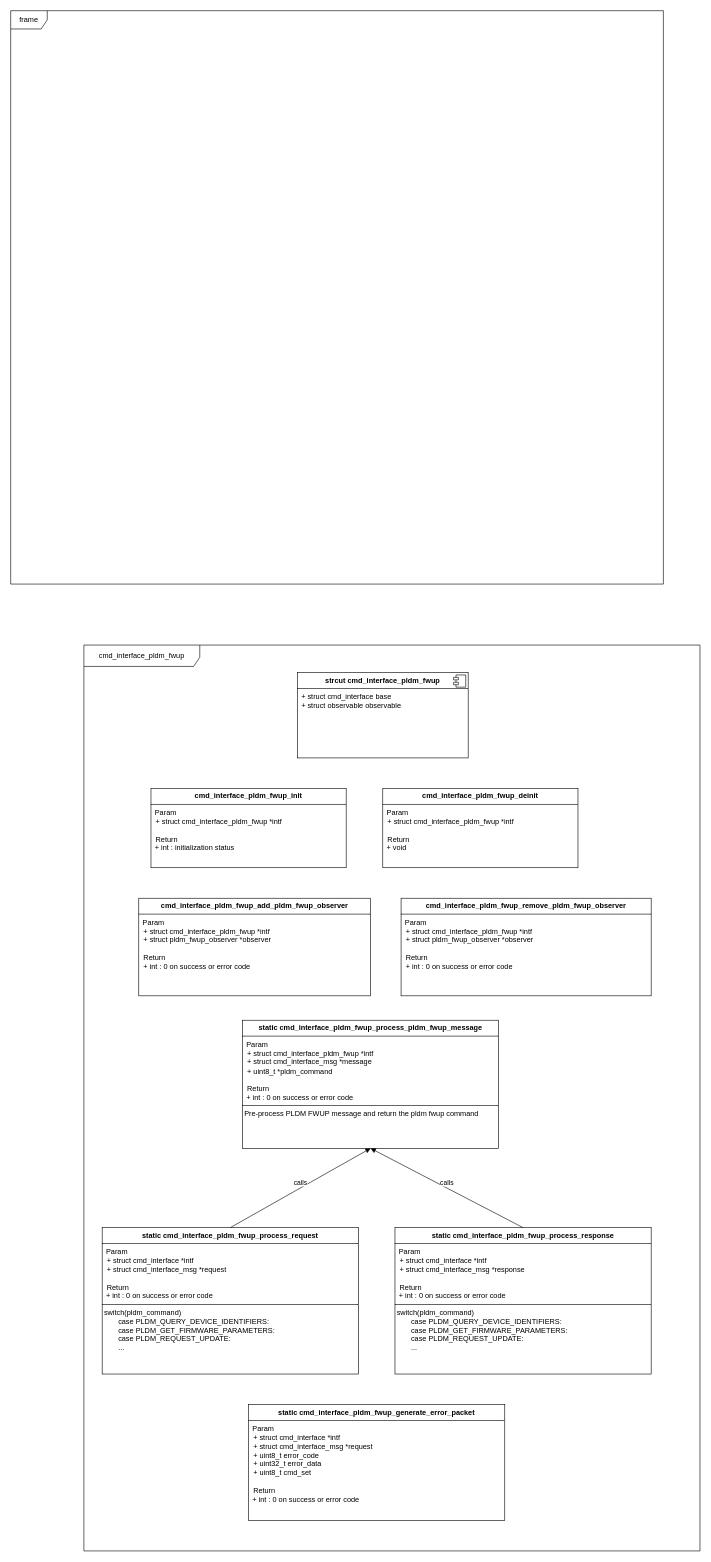
This is doc/pldm-fwup.drawio from rios240/Project-Cerberus-AMI, a draw.io file, before an edit. Source tidied: cells renumbered, new cells numbered last; positions are measured from the earlier drawing's top-left corner, leaving out a move shared by most shapes. Both pictures are drawn from the tidied source at 61%, with x=0, y=0 at pixel (10, 10).
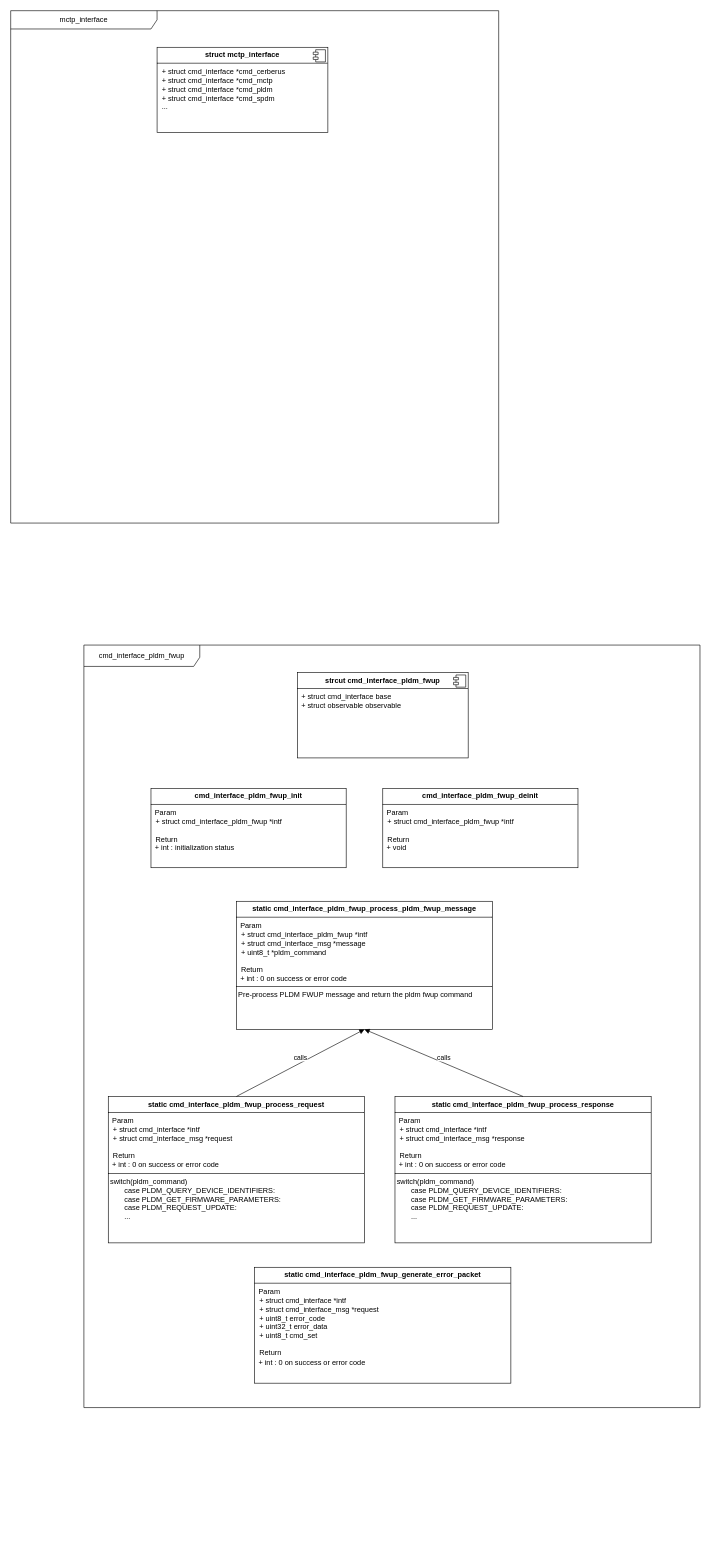
After the change.

What changed in the source:
```diff
@@
 <mxGraphModel>
   <root>
     <mxCell id="0" />
     <mxCell id="1" parent="0" />
-    <mxCell id="2" style="group;" parent="1" vertex="1">
-      <mxGeometry x="120" y="1040" width="1010" height="1485" as="geometry" />
-    </mxCell>
+    <mxCell id="16" value="mctp_interface" style="shape=umlFrame;whiteSpace=wrap;html=1;width=240;height=30;" parent="1" vertex="1">
+      <mxGeometry width="800" height="840" as="geometry" />
+    </mxCell>
+    <mxCell id="17" value="&lt;p style=&quot;margin:0px;margin-top:6px;text-align:center;&quot;&gt;&lt;b&gt;struct mctp_interface&lt;br&gt;&lt;/b&gt;&lt;/p&gt;&lt;hr size=&quot;1&quot; style=&quot;border-style:solid;&quot;&gt;&lt;p style=&quot;margin:0px;margin-left:8px;&quot;&gt;+ struct cmd_interface *cmd_cerberus&lt;br&gt;+ struct cmd_interface *cmd_mctp&lt;/p&gt;&lt;p style=&quot;margin:0px;margin-left:8px;&quot;&gt;+ struct cmd_interface *cmd_pldm&lt;/p&gt;&lt;p style=&quot;margin:0px;margin-left:8px;&quot;&gt;+ struct cmd_interface *cmd_spdm&lt;/p&gt;&lt;p style=&quot;margin:0px;margin-left:8px;&quot;&gt;...&lt;br&gt;&lt;/p&gt;" style="align=left;overflow=fill;html=1;whiteSpace=wrap;" parent="1" vertex="1">
+      <mxGeometry x="240" y="60" width="280" height="140" as="geometry" />
+    </mxCell>
+    <mxCell id="18" style="shape=component;jettyWidth=8;jettyHeight=4;" parent="17" vertex="1">
+      <mxGeometry x="1" width="20" height="20" relative="1" as="geometry">
+        <mxPoint x="-24" y="4" as="offset" />
+      </mxGeometry>
+    </mxCell>
+    <mxCell id="19" style="group;" parent="1" vertex="1">
+      <mxGeometry x="120" y="1040" width="1010" height="1250" as="geometry" />
+    </mxCell>
-    <mxCell id="3" value="&lt;p style=&quot;margin:0px;margin-top:6px;text-align:center;&quot;&gt;&lt;b&gt;strcut cmd_interface_pldm_fwup&lt;/b&gt;&lt;/p&gt;&lt;hr size=&quot;1&quot; style=&quot;border-style:solid;&quot;&gt;&lt;div&gt;&amp;nbsp; + struct cmd_interface base&lt;/div&gt;&lt;div&gt;&amp;nbsp; + struct observable observable&lt;br&gt;&lt;/div&gt;" style="align=left;overflow=fill;html=1;whiteSpace=wrap;" parent="2" vertex="1">
+    <mxCell id="3" value="&lt;p style=&quot;margin:0px;margin-top:6px;text-align:center;&quot;&gt;&lt;b&gt;strcut cmd_interface_pldm_fwup&lt;/b&gt;&lt;/p&gt;&lt;hr size=&quot;1&quot; style=&quot;border-style:solid;&quot;&gt;&lt;div&gt;&amp;nbsp; + struct cmd_interface base&lt;/div&gt;&lt;div&gt;&amp;nbsp; + struct observable observable&lt;br&gt;&lt;/div&gt;" style="align=left;overflow=fill;html=1;whiteSpace=wrap;" parent="19" vertex="1">
       <mxGeometry x="350" y="45" width="280" height="140" as="geometry" />
     </mxCell>
     <mxCell id="4" style="shape=component;jettyWidth=8;jettyHeight=4;" parent="3" vertex="1">
       <mxGeometry x="1" width="20" height="20" relative="1" as="geometry">
         <mxPoint x="-24" y="4" as="offset" />
       </mxGeometry>
     </mxCell>
-    <mxCell id="5" value="&lt;div&gt;cmd_interface_pldm_fwup&lt;/div&gt;" style="shape=umlFrame;whiteSpace=wrap;html=1;width=190;height=35;" parent="2" vertex="1">
-      <mxGeometry width="1010" height="1485" as="geometry" />
+    <mxCell id="5" value="&lt;div&gt;cmd_interface_pldm_fwup&lt;/div&gt;" style="shape=umlFrame;whiteSpace=wrap;html=1;width=190;height=35;" parent="19" vertex="1">
+      <mxGeometry width="1010" height="1250" as="geometry" />
     </mxCell>
-    <mxCell id="6" value="&lt;p style=&quot;margin:0px;margin-top:6px;text-align:center;&quot;&gt;&lt;b&gt;cmd_interface_pldm_fwup_init&lt;/b&gt;&lt;/p&gt;&lt;p style=&quot;margin:0px;margin-top:4px;text-align:center;&quot;&gt;&lt;/p&gt;&lt;hr size=&quot;1&quot; style=&quot;border-style:solid;&quot;&gt;&lt;div style=&quot;height:2px;&quot;&gt;&amp;nbsp; Param&lt;br&gt;&lt;p style=&quot;margin:0px;margin-left:8px;&quot;&gt;+ struct cmd_interface_pldm_fwup *intf&lt;br&gt;&lt;/p&gt;&lt;p style=&quot;margin:0px;margin-left:8px;&quot;&gt;&lt;br&gt;&lt;/p&gt;&lt;p style=&quot;margin:0px;margin-left:8px;&quot;&gt;Return&lt;/p&gt;&amp;nbsp; + int : initialization status&lt;/div&gt;" style="verticalAlign=top;align=left;overflow=fill;html=1;whiteSpace=wrap;" parent="2" vertex="1">
+    <mxCell id="6" value="&lt;p style=&quot;margin:0px;margin-top:6px;text-align:center;&quot;&gt;&lt;b&gt;cmd_interface_pldm_fwup_init&lt;/b&gt;&lt;/p&gt;&lt;p style=&quot;margin:0px;margin-top:4px;text-align:center;&quot;&gt;&lt;/p&gt;&lt;hr size=&quot;1&quot; style=&quot;border-style:solid;&quot;&gt;&lt;div style=&quot;height:2px;&quot;&gt;&amp;nbsp; Param&lt;br&gt;&lt;p style=&quot;margin:0px;margin-left:8px;&quot;&gt;+ struct cmd_interface_pldm_fwup *intf&lt;br&gt;&lt;/p&gt;&lt;p style=&quot;margin:0px;margin-left:8px;&quot;&gt;&lt;br&gt;&lt;/p&gt;&lt;p style=&quot;margin:0px;margin-left:8px;&quot;&gt;Return&lt;/p&gt;&amp;nbsp; + int : initialization status&lt;/div&gt;" style="verticalAlign=top;align=left;overflow=fill;html=1;whiteSpace=wrap;" parent="19" vertex="1">
       <mxGeometry x="110" y="235" width="320" height="130" as="geometry" />
     </mxCell>
-    <mxCell id="7" value="&lt;p style=&quot;margin:0px;margin-top:6px;text-align:center;&quot;&gt;&lt;b&gt;cmd_interface_pldm_fwup_deinit&lt;/b&gt;&lt;/p&gt;&lt;p style=&quot;margin:0px;margin-top:4px;text-align:center;&quot;&gt;&lt;/p&gt;&lt;hr size=&quot;1&quot; style=&quot;border-style:solid;&quot;&gt;&lt;div style=&quot;height:2px;&quot;&gt;&amp;nbsp; Param&lt;br&gt;&lt;p style=&quot;margin:0px;margin-left:8px;&quot;&gt;+ struct cmd_interface_pldm_fwup *intf&lt;br&gt;&lt;/p&gt;&lt;p style=&quot;margin:0px;margin-left:8px;&quot;&gt;&lt;br&gt;&lt;/p&gt;&lt;p style=&quot;margin:0px;margin-left:8px;&quot;&gt;Return&lt;/p&gt;&amp;nbsp; + void&lt;br&gt;&lt;/div&gt;" style="verticalAlign=top;align=left;overflow=fill;html=1;whiteSpace=wrap;" parent="2" vertex="1">
+    <mxCell id="7" value="&lt;p style=&quot;margin:0px;margin-top:6px;text-align:center;&quot;&gt;&lt;b&gt;cmd_interface_pldm_fwup_deinit&lt;/b&gt;&lt;/p&gt;&lt;p style=&quot;margin:0px;margin-top:4px;text-align:center;&quot;&gt;&lt;/p&gt;&lt;hr size=&quot;1&quot; style=&quot;border-style:solid;&quot;&gt;&lt;div style=&quot;height:2px;&quot;&gt;&amp;nbsp; Param&lt;br&gt;&lt;p style=&quot;margin:0px;margin-left:8px;&quot;&gt;+ struct cmd_interface_pldm_fwup *intf&lt;br&gt;&lt;/p&gt;&lt;p style=&quot;margin:0px;margin-left:8px;&quot;&gt;&lt;br&gt;&lt;/p&gt;&lt;p style=&quot;margin:0px;margin-left:8px;&quot;&gt;Return&lt;/p&gt;&amp;nbsp; + void&lt;br&gt;&lt;/div&gt;" style="verticalAlign=top;align=left;overflow=fill;html=1;whiteSpace=wrap;" parent="19" vertex="1">
       <mxGeometry x="490" y="235" width="320" height="130" as="geometry" />
     </mxCell>
-    <mxCell id="8" value="&lt;p style=&quot;margin:0px;margin-top:6px;text-align:center;&quot;&gt;&lt;b&gt;cmd_interface_pldm_fwup_add_pldm_fwup_observer&lt;/b&gt;&lt;/p&gt;&lt;hr size=&quot;1&quot; style=&quot;border-style:solid;&quot;&gt;&amp;nbsp; Param&lt;br&gt;&lt;p style=&quot;margin:0px;margin-left:8px;&quot;&gt;+ struct cmd_interface_pldm_fwup *intf&lt;/p&gt;&lt;p style=&quot;margin:0px;margin-left:8px;&quot;&gt;+ struct pldm_fwup_observer *observer&lt;br&gt;&lt;/p&gt;&lt;p style=&quot;margin:0px;margin-left:8px;&quot;&gt;&lt;br&gt;&lt;/p&gt;&lt;p style=&quot;margin:0px;margin-left:8px;&quot;&gt;Return&lt;/p&gt;&lt;p style=&quot;margin:0px;margin-left:8px;&quot;&gt;+ int : 0 on success or error code&lt;br&gt;&lt;/p&gt;" style="verticalAlign=top;align=left;overflow=fill;html=1;whiteSpace=wrap;" parent="2" vertex="1">
-      <mxGeometry x="90" y="415" width="380" height="160" as="geometry" />
-    </mxCell>
-    <mxCell id="9" value="&lt;p style=&quot;margin:0px;margin-top:6px;text-align:center;&quot;&gt;&lt;b&gt;cmd_interface_pldm_fwup_remove_pldm_fwup_observer&lt;/b&gt;&lt;/p&gt;&lt;hr size=&quot;1&quot; style=&quot;border-style:solid;&quot;&gt;&amp;nbsp; Param&lt;br&gt;&lt;p style=&quot;margin:0px;margin-left:8px;&quot;&gt;+ struct cmd_interface_pldm_fwup *intf&lt;/p&gt;&lt;p style=&quot;margin:0px;margin-left:8px;&quot;&gt;+ struct pldm_fwup_observer *observer&lt;br&gt;&lt;/p&gt;&lt;p style=&quot;margin:0px;margin-left:8px;&quot;&gt;&lt;br&gt;&lt;/p&gt;&lt;p style=&quot;margin:0px;margin-left:8px;&quot;&gt;Return&lt;/p&gt;&lt;p style=&quot;margin:0px;margin-left:8px;&quot;&gt;+ int : 0 on success or error code&lt;br&gt;&lt;/p&gt;" style="verticalAlign=top;align=left;overflow=fill;html=1;whiteSpace=wrap;" parent="2" vertex="1">
-      <mxGeometry x="520" y="415" width="410" height="160" as="geometry" />
-    </mxCell>
-    <mxCell id="10" value="&lt;p style=&quot;margin:0px;margin-top:6px;text-align:center;&quot;&gt;&lt;b&gt;static cmd_interface_pldm_fwup_process_pldm_fwup_message&lt;/b&gt;&lt;/p&gt;&lt;p style=&quot;margin:0px;margin-top:4px;text-align:center;&quot;&gt;&lt;/p&gt;&lt;hr size=&quot;1&quot; style=&quot;border-style:solid;&quot;&gt;&amp;nbsp; Param&lt;br&gt;&lt;p style=&quot;margin:0px;margin-left:8px;&quot;&gt;+ struct cmd_interface_pldm_fwup *intf&lt;/p&gt;&lt;p style=&quot;margin:0px;margin-left:8px;&quot;&gt;+ struct cmd_interface_msg *message&lt;/p&gt;&lt;p style=&quot;margin:0px;margin-left:8px;&quot;&gt;+ uint8_t *pldm_command&lt;br&gt;&lt;/p&gt;&lt;p style=&quot;margin:0px;margin-left:8px;&quot;&gt;&lt;br&gt;&lt;/p&gt;&lt;p style=&quot;margin:0px;margin-left:8px;&quot;&gt;Return&lt;/p&gt;&amp;nbsp; + int : 0 on success or error code&lt;p style=&quot;margin:0px;margin-left:4px;&quot;&gt;&lt;/p&gt;&lt;hr size=&quot;1&quot; style=&quot;border-style:solid;&quot;&gt;&amp;nbsp;Pre-process PLDM FWUP message and return the pldm fwup command" style="verticalAlign=top;align=left;overflow=fill;html=1;whiteSpace=wrap;" parent="2" vertex="1">
-      <mxGeometry x="260" y="615" width="420" height="210" as="geometry" />
+    <mxCell id="10" value="&lt;p style=&quot;margin:0px;margin-top:6px;text-align:center;&quot;&gt;&lt;b&gt;static cmd_interface_pldm_fwup_process_pldm_fwup_message&lt;/b&gt;&lt;/p&gt;&lt;p style=&quot;margin:0px;margin-top:4px;text-align:center;&quot;&gt;&lt;/p&gt;&lt;hr size=&quot;1&quot; style=&quot;border-style:solid;&quot;&gt;&amp;nbsp; Param&lt;br&gt;&lt;p style=&quot;margin:0px;margin-left:8px;&quot;&gt;+ struct cmd_interface_pldm_fwup *intf&lt;/p&gt;&lt;p style=&quot;margin:0px;margin-left:8px;&quot;&gt;+ struct cmd_interface_msg *message&lt;/p&gt;&lt;p style=&quot;margin:0px;margin-left:8px;&quot;&gt;+ uint8_t *pldm_command&lt;br&gt;&lt;/p&gt;&lt;p style=&quot;margin:0px;margin-left:8px;&quot;&gt;&lt;br&gt;&lt;/p&gt;&lt;p style=&quot;margin:0px;margin-left:8px;&quot;&gt;Return&lt;/p&gt;&amp;nbsp; + int : 0 on success or error code&lt;p style=&quot;margin:0px;margin-left:4px;&quot;&gt;&lt;/p&gt;&lt;hr size=&quot;1&quot; style=&quot;border-style:solid;&quot;&gt;&amp;nbsp;Pre-process PLDM FWUP message and return the pldm fwup command" style="verticalAlign=top;align=left;overflow=fill;html=1;whiteSpace=wrap;" parent="19" vertex="1">
+      <mxGeometry x="250" y="420" width="420" height="210" as="geometry" />
     </mxCell>
-    <mxCell id="11" value="&lt;p style=&quot;margin:0px;margin-top:6px;text-align:center;&quot;&gt;&lt;b&gt;static cmd_interface_pldm_fwup_process_request&lt;/b&gt;&lt;/p&gt;&lt;p style=&quot;margin:0px;margin-top:4px;text-align:center;&quot;&gt;&lt;/p&gt;&lt;hr size=&quot;1&quot; style=&quot;border-style:solid;&quot;&gt;&amp;nbsp; Param&lt;br&gt;&lt;p style=&quot;margin:0px;margin-left:8px;&quot;&gt;+ struct cmd_interface *intf&lt;/p&gt;&lt;p style=&quot;margin:0px;margin-left:8px;&quot;&gt;+ struct cmd_interface_msg *request&lt;/p&gt;&lt;p style=&quot;margin:0px;margin-left:8px;&quot;&gt;&lt;br&gt;&lt;/p&gt;&lt;p style=&quot;margin:0px;margin-left:8px;&quot;&gt;Return&lt;/p&gt;&amp;nbsp; + int : 0 on success or error code&lt;p style=&quot;margin:0px;margin-left:4px;&quot;&gt;&lt;/p&gt;&lt;hr size=&quot;1&quot; style=&quot;border-style:solid;&quot;&gt;&lt;div&gt;&amp;nbsp;switch(pldm_command)&lt;/div&gt;&lt;div&gt;&lt;span style=&quot;white-space: pre;&quot;&gt;&#9;&lt;/span&gt;case PLDM_QUERY_DEVICE_IDENTIFIERS:&lt;/div&gt;&lt;div&gt;&lt;span style=&quot;white-space: pre;&quot;&gt;&#9;&lt;/span&gt;case PLDM_GET_FIRMWARE_PARAMETERS:&lt;/div&gt;&lt;div&gt;&lt;span style=&quot;white-space: pre;&quot;&gt;&#9;&lt;/span&gt;case PLDM_REQUEST_UPDATE:&lt;/div&gt;&lt;div&gt;&lt;span style=&quot;white-space: pre;&quot;&gt;&#9;&lt;/span&gt;...&lt;/div&gt;&lt;div&gt;&lt;span style=&quot;white-space: pre;&quot;&gt;&#9;&lt;/span&gt;&lt;br&gt;&lt;/div&gt;" style="verticalAlign=top;align=left;overflow=fill;html=1;whiteSpace=wrap;" parent="2" vertex="1">
-      <mxGeometry x="30" y="955" width="420" height="240" as="geometry" />
+    <mxCell id="11" value="&lt;p style=&quot;margin:0px;margin-top:6px;text-align:center;&quot;&gt;&lt;b&gt;static cmd_interface_pldm_fwup_process_request&lt;/b&gt;&lt;/p&gt;&lt;p style=&quot;margin:0px;margin-top:4px;text-align:center;&quot;&gt;&lt;/p&gt;&lt;hr size=&quot;1&quot; style=&quot;border-style:solid;&quot;&gt;&amp;nbsp; Param&lt;br&gt;&lt;p style=&quot;margin:0px;margin-left:8px;&quot;&gt;+ struct cmd_interface *intf&lt;/p&gt;&lt;p style=&quot;margin:0px;margin-left:8px;&quot;&gt;+ struct cmd_interface_msg *request&lt;/p&gt;&lt;p style=&quot;margin:0px;margin-left:8px;&quot;&gt;&lt;br&gt;&lt;/p&gt;&lt;p style=&quot;margin:0px;margin-left:8px;&quot;&gt;Return&lt;/p&gt;&amp;nbsp; + int : 0 on success or error code&lt;p style=&quot;margin:0px;margin-left:4px;&quot;&gt;&lt;/p&gt;&lt;hr size=&quot;1&quot; style=&quot;border-style:solid;&quot;&gt;&lt;div&gt;&amp;nbsp;switch(pldm_command)&lt;/div&gt;&lt;div&gt;&lt;span style=&quot;white-space: pre;&quot;&gt;&#9;&lt;/span&gt;case PLDM_QUERY_DEVICE_IDENTIFIERS:&lt;/div&gt;&lt;div&gt;&lt;span style=&quot;white-space: pre;&quot;&gt;&#9;&lt;/span&gt;case PLDM_GET_FIRMWARE_PARAMETERS:&lt;/div&gt;&lt;div&gt;&lt;span style=&quot;white-space: pre;&quot;&gt;&#9;&lt;/span&gt;case PLDM_REQUEST_UPDATE:&lt;/div&gt;&lt;div&gt;&lt;span style=&quot;white-space: pre;&quot;&gt;&#9;&lt;/span&gt;...&lt;/div&gt;&lt;div&gt;&lt;span style=&quot;white-space: pre;&quot;&gt;&#9;&lt;/span&gt;&lt;br&gt;&lt;/div&gt;" style="verticalAlign=top;align=left;overflow=fill;html=1;whiteSpace=wrap;" parent="19" vertex="1">
+      <mxGeometry x="40" y="740" width="420" height="240" as="geometry" />
     </mxCell>
-    <mxCell id="12" value="&lt;p style=&quot;margin:0px;margin-top:6px;text-align:center;&quot;&gt;&lt;b&gt;static cmd_interface_pldm_fwup_process_response&lt;/b&gt;&lt;/p&gt;&lt;p style=&quot;margin:0px;margin-top:4px;text-align:center;&quot;&gt;&lt;/p&gt;&lt;hr size=&quot;1&quot; style=&quot;border-style:solid;&quot;&gt;&amp;nbsp; Param&lt;br&gt;&lt;p style=&quot;margin:0px;margin-left:8px;&quot;&gt;+ struct cmd_interface *intf&lt;/p&gt;&lt;p style=&quot;margin:0px;margin-left:8px;&quot;&gt;+ struct cmd_interface_msg *response&lt;/p&gt;&lt;p style=&quot;margin:0px;margin-left:8px;&quot;&gt;&lt;br&gt;&lt;/p&gt;&lt;p style=&quot;margin:0px;margin-left:8px;&quot;&gt;Return&lt;/p&gt;&amp;nbsp; + int : 0 on success or error code&lt;p style=&quot;margin:0px;margin-left:4px;&quot;&gt;&lt;/p&gt;&lt;hr size=&quot;1&quot; style=&quot;border-style:solid;&quot;&gt;&lt;div&gt;&amp;nbsp;switch(pldm_command)&lt;/div&gt;&lt;div&gt;&lt;span style=&quot;white-space: pre;&quot;&gt;&#9;&lt;/span&gt;case PLDM_QUERY_DEVICE_IDENTIFIERS:&lt;/div&gt;&lt;div&gt;&lt;span style=&quot;white-space: pre;&quot;&gt;&#9;&lt;/span&gt;case PLDM_GET_FIRMWARE_PARAMETERS:&lt;/div&gt;&lt;div&gt;&lt;span style=&quot;white-space: pre;&quot;&gt;&#9;&lt;/span&gt;case PLDM_REQUEST_UPDATE:&lt;/div&gt;&lt;div&gt;&lt;span style=&quot;white-space: pre;&quot;&gt;&#9;&lt;/span&gt;...&lt;/div&gt;&lt;div&gt;&lt;span style=&quot;white-space: pre;&quot;&gt;&#9;&lt;/span&gt;&lt;br&gt;&lt;/div&gt;" style="verticalAlign=top;align=left;overflow=fill;html=1;whiteSpace=wrap;" parent="2" vertex="1">
-      <mxGeometry x="510" y="955" width="420" height="240" as="geometry" />
+    <mxCell id="12" value="&lt;p style=&quot;margin:0px;margin-top:6px;text-align:center;&quot;&gt;&lt;b&gt;static cmd_interface_pldm_fwup_process_response&lt;/b&gt;&lt;/p&gt;&lt;p style=&quot;margin:0px;margin-top:4px;text-align:center;&quot;&gt;&lt;/p&gt;&lt;hr size=&quot;1&quot; style=&quot;border-style:solid;&quot;&gt;&amp;nbsp; Param&lt;br&gt;&lt;p style=&quot;margin:0px;margin-left:8px;&quot;&gt;+ struct cmd_interface *intf&lt;/p&gt;&lt;p style=&quot;margin:0px;margin-left:8px;&quot;&gt;+ struct cmd_interface_msg *response&lt;/p&gt;&lt;p style=&quot;margin:0px;margin-left:8px;&quot;&gt;&lt;br&gt;&lt;/p&gt;&lt;p style=&quot;margin:0px;margin-left:8px;&quot;&gt;Return&lt;/p&gt;&amp;nbsp; + int : 0 on success or error code&lt;p style=&quot;margin:0px;margin-left:4px;&quot;&gt;&lt;/p&gt;&lt;hr size=&quot;1&quot; style=&quot;border-style:solid;&quot;&gt;&lt;div&gt;&amp;nbsp;switch(pldm_command)&lt;/div&gt;&lt;div&gt;&lt;span style=&quot;white-space: pre;&quot;&gt;&#9;&lt;/span&gt;case PLDM_QUERY_DEVICE_IDENTIFIERS:&lt;/div&gt;&lt;div&gt;&lt;span style=&quot;white-space: pre;&quot;&gt;&#9;&lt;/span&gt;case PLDM_GET_FIRMWARE_PARAMETERS:&lt;/div&gt;&lt;div&gt;&lt;span style=&quot;white-space: pre;&quot;&gt;&#9;&lt;/span&gt;case PLDM_REQUEST_UPDATE:&lt;/div&gt;&lt;div&gt;&lt;span style=&quot;white-space: pre;&quot;&gt;&#9;&lt;/span&gt;...&lt;/div&gt;&lt;div&gt;&lt;span style=&quot;white-space: pre;&quot;&gt;&#9;&lt;/span&gt;&lt;br&gt;&lt;/div&gt;" style="verticalAlign=top;align=left;overflow=fill;html=1;whiteSpace=wrap;" parent="19" vertex="1">
+      <mxGeometry x="510" y="740" width="420" height="240" as="geometry" />
     </mxCell>
-    <mxCell id="13" value="calls" style="html=1;verticalAlign=bottom;endArrow=block;curved=0;rounded=0;entryX=0.5;entryY=1;entryDx=0;entryDy=0;exitX=0.5;exitY=0;exitDx=0;exitDy=0;" parent="2" edge="1" source="11" target="10">
+    <mxCell id="13" value="calls" style="html=1;verticalAlign=bottom;endArrow=block;curved=0;rounded=0;entryX=0.5;entryY=1;entryDx=0;entryDy=0;exitX=0.5;exitY=0;exitDx=0;exitDy=0;" parent="19" edge="1" source="11" target="10">
       <mxGeometry relative="1" as="geometry" />
     </mxCell>
-    <mxCell id="14" value="calls" style="html=1;verticalAlign=bottom;endArrow=block;curved=0;rounded=0;entryX=0.5;entryY=1;entryDx=0;entryDy=0;exitX=0.5;exitY=0;exitDx=0;exitDy=0;" parent="2" edge="1" source="12" target="10">
+    <mxCell id="14" value="calls" style="html=1;verticalAlign=bottom;endArrow=block;curved=0;rounded=0;entryX=0.5;entryY=1;entryDx=0;entryDy=0;exitX=0.5;exitY=0;exitDx=0;exitDy=0;" parent="19" edge="1" source="12" target="10">
       <mxGeometry relative="1" as="geometry" />
     </mxCell>
-    <mxCell id="15" value="&lt;p style=&quot;margin:0px;margin-top:6px;text-align:center;&quot;&gt;&lt;b&gt;static cmd_interface_pldm_fwup_generate_error_packet&lt;/b&gt;&lt;/p&gt;&lt;p style=&quot;margin:0px;margin-top:4px;text-align:center;&quot;&gt;&lt;/p&gt;&lt;hr size=&quot;1&quot; style=&quot;border-style:solid;&quot;&gt;&amp;nbsp; Param&lt;br&gt;&lt;p style=&quot;margin:0px;margin-left:8px;&quot;&gt;+ struct cmd_interface *intf&lt;/p&gt;&lt;p style=&quot;margin:0px;margin-left:8px;&quot;&gt;+ struct cmd_interface_msg *request&lt;/p&gt;&lt;p style=&quot;margin:0px;margin-left:8px;&quot;&gt;+ uint8_t error_code&lt;/p&gt;&lt;p style=&quot;margin:0px;margin-left:8px;&quot;&gt;+ uint32_t error_data&lt;/p&gt;&lt;p style=&quot;margin:0px;margin-left:8px;&quot;&gt;+ uint8_t cmd_set&lt;br&gt;&lt;/p&gt;&lt;p style=&quot;margin:0px;margin-left:8px;&quot;&gt;&lt;br&gt;&lt;/p&gt;&lt;p style=&quot;margin:0px;margin-left:8px;&quot;&gt;Return&lt;/p&gt;&amp;nbsp; + int : 0 on success or error code&lt;p style=&quot;margin:0px;margin-left:4px;&quot;&gt;&lt;/p&gt;&lt;br&gt;&lt;div&gt;&lt;span style=&quot;white-space: pre;&quot;&gt;&#9;&lt;/span&gt;&lt;br&gt;&lt;/div&gt;" style="verticalAlign=top;align=left;overflow=fill;html=1;whiteSpace=wrap;" parent="2" vertex="1">
-      <mxGeometry x="270" y="1245" width="420" height="190" as="geometry" />
+    <mxCell id="15" value="&lt;p style=&quot;margin:0px;margin-top:6px;text-align:center;&quot;&gt;&lt;b&gt;static cmd_interface_pldm_fwup_generate_error_packet&lt;/b&gt;&lt;/p&gt;&lt;p style=&quot;margin:0px;margin-top:4px;text-align:center;&quot;&gt;&lt;/p&gt;&lt;hr size=&quot;1&quot; style=&quot;border-style:solid;&quot;&gt;&amp;nbsp; Param&lt;br&gt;&lt;p style=&quot;margin:0px;margin-left:8px;&quot;&gt;+ struct cmd_interface *intf&lt;/p&gt;&lt;p style=&quot;margin:0px;margin-left:8px;&quot;&gt;+ struct cmd_interface_msg *request&lt;/p&gt;&lt;p style=&quot;margin:0px;margin-left:8px;&quot;&gt;+ uint8_t error_code&lt;/p&gt;&lt;p style=&quot;margin:0px;margin-left:8px;&quot;&gt;+ uint32_t error_data&lt;/p&gt;&lt;p style=&quot;margin:0px;margin-left:8px;&quot;&gt;+ uint8_t cmd_set&lt;br&gt;&lt;/p&gt;&lt;p style=&quot;margin:0px;margin-left:8px;&quot;&gt;&lt;br&gt;&lt;/p&gt;&lt;p style=&quot;margin:0px;margin-left:8px;&quot;&gt;Return&lt;/p&gt;&amp;nbsp; + int : 0 on success or error code&lt;p style=&quot;margin:0px;margin-left:4px;&quot;&gt;&lt;/p&gt;&lt;br&gt;&lt;div&gt;&lt;span style=&quot;white-space: pre;&quot;&gt;&#9;&lt;/span&gt;&lt;br&gt;&lt;/div&gt;" style="verticalAlign=top;align=left;overflow=fill;html=1;whiteSpace=wrap;" parent="19" vertex="1">
+      <mxGeometry x="280" y="1020" width="420" height="190" as="geometry" />
     </mxCell>
-    <mxCell id="16" value="frame" style="shape=umlFrame;whiteSpace=wrap;html=1;" parent="1" vertex="1">
-      <mxGeometry width="1070" height="940" as="geometry" />
-    </mxCell>
   </root>
 </mxGraphModel>
```
